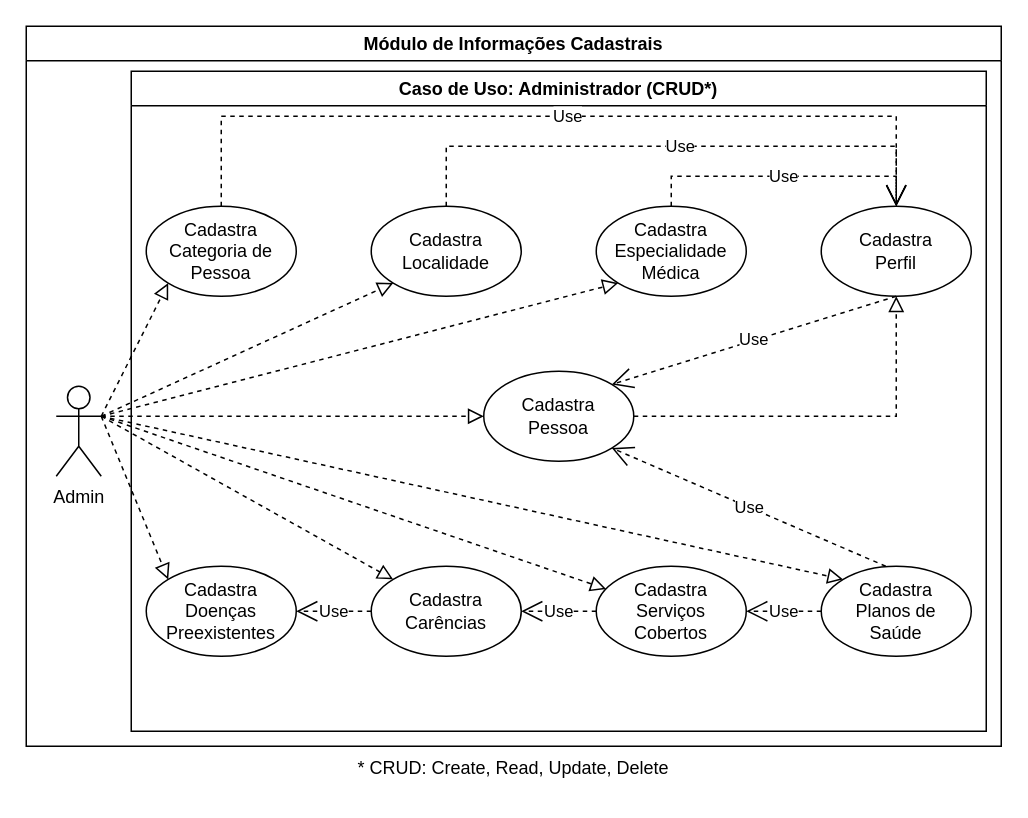
Earlier version of the draw.io diagram page "Cad-Pessoa(Admin)" (1 of 5) of PUC-GISA-M1.drawio (kikoluiss/tcc-puc). Source tidied: cells renumbered, new cells numbered last; positions are measured from the earlier drawing's top-left corner, leaving out a move shared by most shapes. Both pictures are drawn from the tidied source at 150%, with x=0, y=0 at pixel (26, 26).
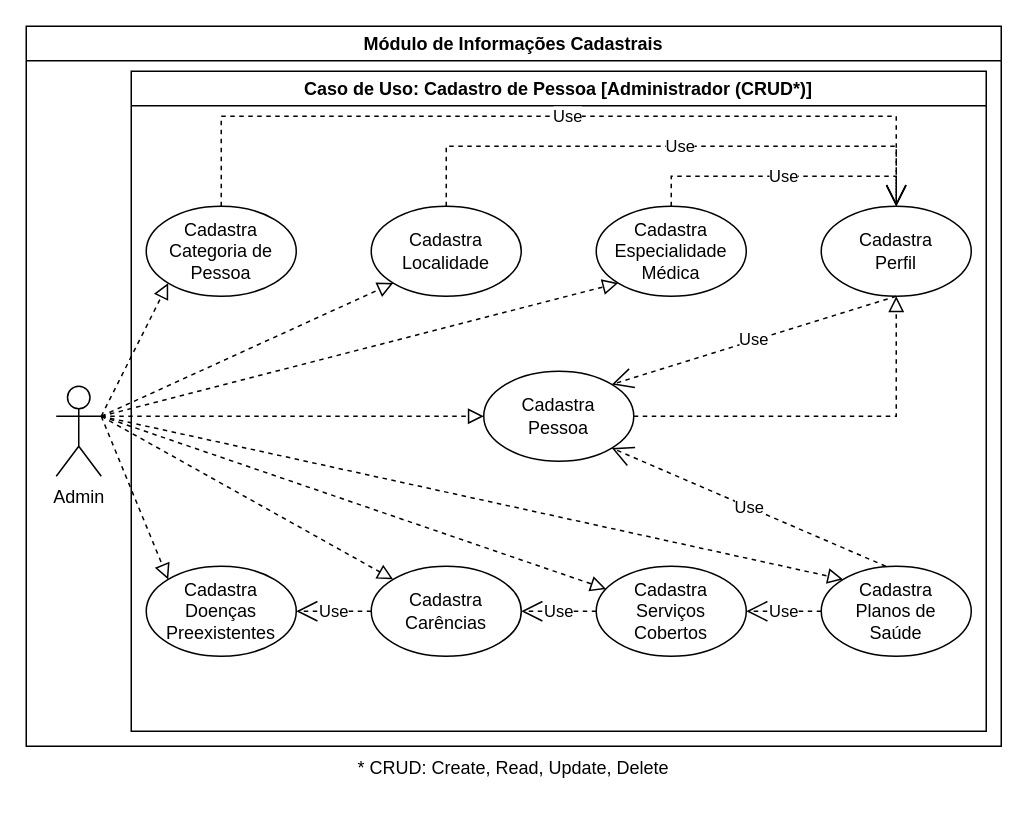
The same page after the edit.

Unchanged cells that the change refers to:
```xml
<mxCell id="2" value="Módulo de Informações Cadastrais" style="swimlane;" parent="1" vertex="1">
  <mxGeometry width="650" height="480" as="geometry" />
</mxCell>
```

Diff of the diagram source:
```diff
@@
-    <mxCell id="4" value="Caso de Uso: Administrador (CRUD*)" style="swimlane;" parent="2" vertex="1">
+    <mxCell id="4" value="Caso de Uso: Cadastro de Pessoa [Administrador (CRUD*)]" style="swimlane;" parent="2" vertex="1">
       <mxGeometry x="70" y="30" width="570" height="440" as="geometry" />
     </mxCell>
```
